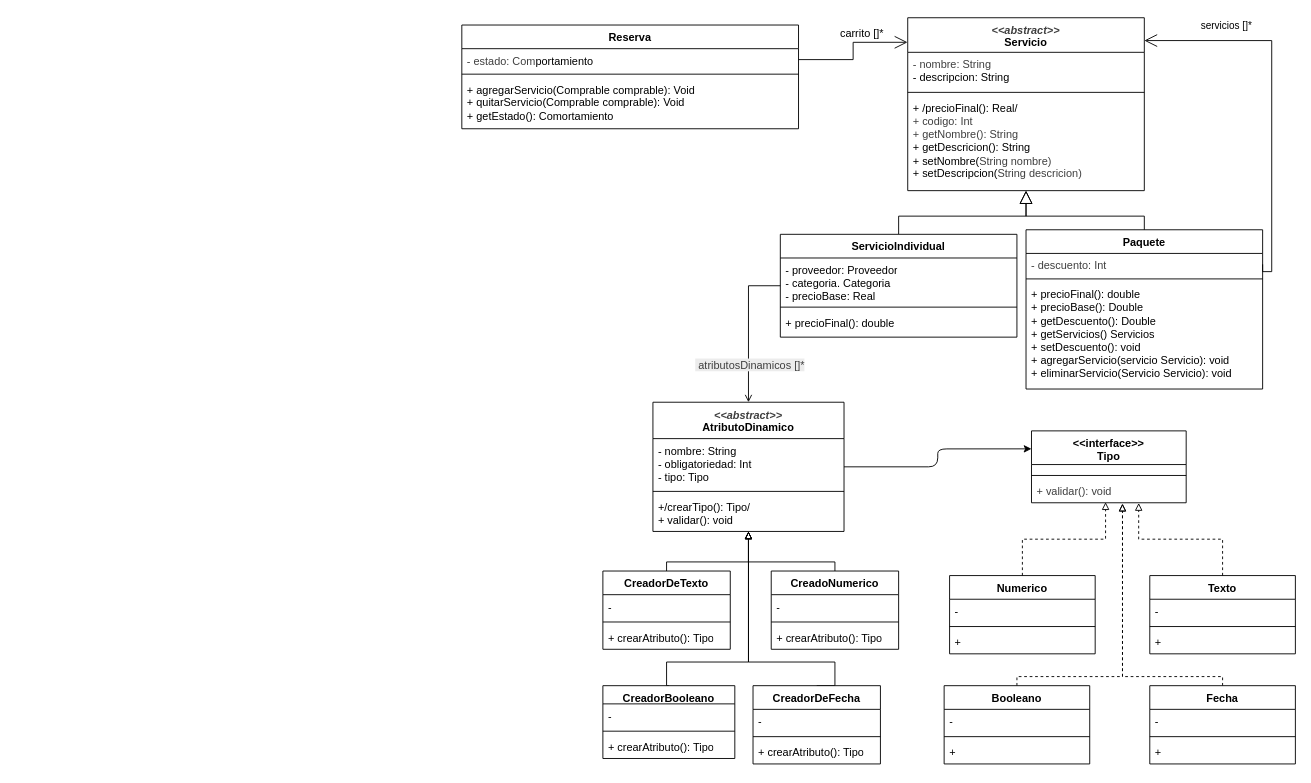
This is 2.1CatálogoDeServicioPaquetes.drawio from Naxayy/UNQ_Travel, a draw.io file, before an edit. Source tidied: cells renumbered, new cells numbered last; positions are measured from the earlier drawing's top-left corner, leaving out a move shared by most shapes. Both pictures are drawn from the tidied source at 91%, with x=0, y=0 at pixel (461, 15).
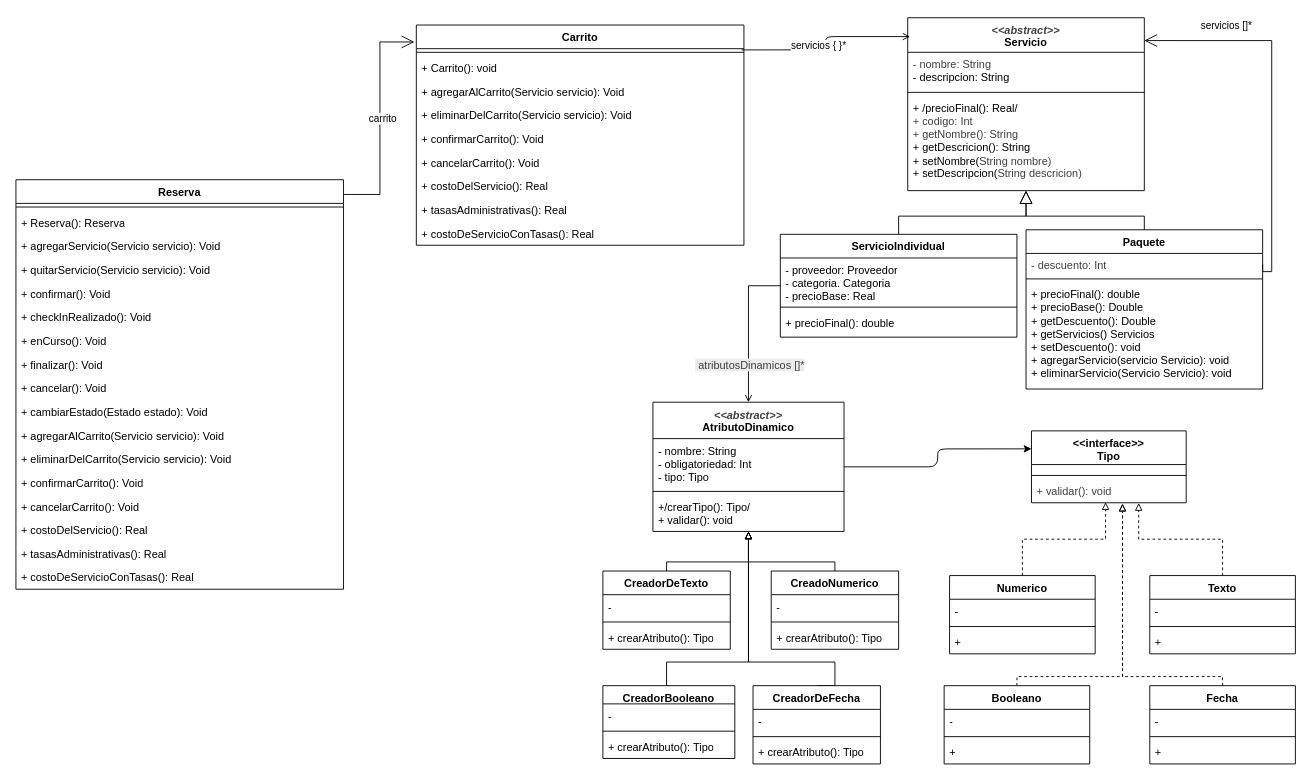
Above is the later version.

Unchanged cells that the change refers to:
```xml
<mxCell id="7" value="&lt;i style=&quot;color: rgb(63, 63, 63); scrollbar-color: rgba(168, 169, 170, 0.52) rgb(18, 19, 20);&quot;&gt;&amp;lt;&amp;lt;&lt;span style=&quot;color: rgb(63, 63, 63); scrollbar-color: rgba(168, 169, 170, 0.52) rgb(18, 19, 20);&quot;&gt;abstract&lt;/span&gt;&amp;gt;&amp;gt;&lt;br style=&quot;color: rgb(63, 63, 63); scrollbar-color: rgba(168, 169, 170, 0.52) rgb(18, 19, 20);&quot;&gt;&lt;/i&gt;Servicio" style="swimlane;fontStyle=1;align=center;verticalAlign=top;horizontal=1;startSize=38;whiteSpace=wrap;html=1;" parent="1" vertex="1">
  <mxGeometry x="490" y="2" width="260" height="190" as="geometry" />
</mxCell>
```

What changed in the source:
```diff
@@
-    <mxCell id="2" value="Reserva" style="swimlane;fontStyle=1;align=center;verticalAlign=top;horizontal=1;startSize=26;whiteSpace=wrap;html=1;" parent="1" vertex="1">
-      <mxGeometry y="10" width="370" height="114" as="geometry" />
-    </mxCell>
-    <mxCell id="3" value="&lt;div style=&quot;&quot;&gt;&lt;span style=&quot;color: rgb(63, 63, 63); background-color: transparent;&quot;&gt;- estado: Com&lt;/span&gt;&lt;span style=&quot;background-color: transparent; text-align: center;&quot;&gt;portamiento&lt;/span&gt;&lt;/div&gt;" style="text;strokeColor=none;fillColor=none;align=left;verticalAlign=top;spacingLeft=4;spacingRight=4;overflow=hidden;points=[[0,0.5],[1,0.5]];portConstraint=eastwest;whiteSpace=wrap;html=1;" parent="2" vertex="1">
-      <mxGeometry y="26" width="370" height="24" as="geometry" />
-    </mxCell>
-    <mxCell id="4" style="line;strokeWidth=1;fillColor=none;align=left;verticalAlign=middle;spacingTop=-1;spacingLeft=3;spacingRight=3;labelPosition=right;strokeColor=inherit;" parent="2" vertex="1">
-      <mxGeometry y="50" width="370" height="8" as="geometry" />
-    </mxCell>
-    <mxCell id="5" value="&lt;div&gt;+&amp;nbsp;&lt;span style=&quot;background-color: transparent; color: light-dark(#000000, var(--ge-light-color, #ffffff));&quot;&gt;agregarServicio(Comprable comprable): Void&lt;/span&gt;&lt;/div&gt;&lt;div&gt;+ quitarServicio(Comprable comprable): Void&lt;/div&gt;&lt;div&gt;+ getEstado(): Comortamiento&lt;/div&gt;" style="text;strokeColor=none;fillColor=none;align=left;verticalAlign=top;spacingLeft=4;spacingRight=4;overflow=hidden;whiteSpace=wrap;html=1;" parent="2" vertex="1">
-      <mxGeometry y="58" width="370" height="56" as="geometry" />
-    </mxCell>
-    <mxCell id="6" value="carrito []*" style="text;html=1;whiteSpace=wrap;strokeColor=none;fillColor=none;align=center;verticalAlign=middle;rounded=0;" parent="1" vertex="1">
-      <mxGeometry x="370" width="140" height="40" as="geometry" />
-    </mxCell>
@@
-    <mxCell id="19" style="endArrow=open;endFill=1;endSize=12;html=1;rounded=0;exitX=1;exitY=0.5;exitDx=0;exitDy=0;edgeStyle=orthogonalEdgeStyle;entryX=-0.001;entryY=0.142;entryDx=0;entryDy=0;entryPerimeter=0;" parent="1" edge="1" source="3" target="7">
-      <mxGeometry x="-0.36" relative="1" as="geometry" />
+    <mxCell id="19" style="endArrow=open;endFill=1;endSize=12;html=1;rounded=0;exitX=1;exitY=0.036;exitDx=0;exitDy=0;edgeStyle=orthogonalEdgeStyle;entryX=-0.006;entryY=0.077;entryDx=0;entryDy=0;entryPerimeter=0;exitPerimeter=0;" parent="1" edge="1" source="2" target="77">
+      <mxGeometry x="-0.35" relative="1" as="geometry" />
     </mxCell>
+    <mxCell id="76" value="carrito" style="edgeLabel;html=1;align=center;verticalAlign=middle;inheritText=1;" parent="19" vertex="1">
+      <mxGeometry x="0.01" y="-2" relative="1" as="geometry" />
+    </mxCell>
@@
+    <mxCell id="77" value="Carrito" style="swimlane;fontStyle=1;align=center;verticalAlign=top;horizontal=1;startSize=26;whiteSpace=wrap;html=1;strokeColor=default;swimlaneFillColor=default;fontFamily=Helvetica;fontSize=12;fontColor=default;fillColor=default;gradientColor=none;" parent="1" vertex="1">
+      <mxGeometry x="-50" y="10" width="360" height="242" as="geometry" />
+    </mxCell>
+    <mxCell id="78" style="line;strokeWidth=1;fillColor=none;align=left;verticalAlign=middle;spacingTop=-1;spacingLeft=3;spacingRight=3;labelPosition=right;points=[];portConstraint=eastwest;strokeColor=inherit;" parent="77" vertex="1">
+      <mxGeometry y="26" width="360" height="8" as="geometry" />
+    </mxCell>
+    <mxCell id="79" value="+ Carrito(): void" style="text;strokeColor=none;fillColor=none;align=left;verticalAlign=top;spacingLeft=4;spacingRight=4;overflow=hidden;whiteSpace=wrap;html=1;" parent="77" vertex="1">
+      <mxGeometry y="34" width="360" height="26" as="geometry" />
+    </mxCell>
+    <mxCell id="80" value="&lt;span style=&quot;color: rgb(0, 0, 0);&quot;&gt;+ agregarAlCarrito(&lt;span style=&quot;color: rgb(0, 0, 0);&quot;&gt;Servicio servicio&lt;/span&gt;): Void&lt;/span&gt;" style="text;strokeColor=none;fillColor=none;align=left;verticalAlign=top;spacingLeft=4;spacingRight=4;overflow=hidden;whiteSpace=wrap;html=1;" parent="77" vertex="1">
+      <mxGeometry y="60" width="360" height="26" as="geometry" />
+    </mxCell>
+    <mxCell id="81" value="&lt;span style=&quot;color: rgb(0, 0, 0);&quot;&gt;+ eliminarDelCarrito(Servicio servicio): Void&lt;/span&gt;" style="text;strokeColor=none;fillColor=none;align=left;verticalAlign=top;spacingLeft=4;spacingRight=4;overflow=hidden;whiteSpace=wrap;html=1;" parent="77" vertex="1">
+      <mxGeometry y="86" width="360" height="26" as="geometry" />
+    </mxCell>
+    <mxCell id="82" value="&lt;span style=&quot;color: rgb(0, 0, 0);&quot;&gt;+ confirmarCarrito(): Void&lt;/span&gt;" style="text;strokeColor=none;fillColor=none;align=left;verticalAlign=top;spacingLeft=4;spacingRight=4;overflow=hidden;whiteSpace=wrap;html=1;" parent="77" vertex="1">
+      <mxGeometry y="112" width="360" height="26" as="geometry" />
+    </mxCell>
+    <mxCell id="83" value="&lt;span style=&quot;color: rgb(0, 0, 0);&quot;&gt;+ cancelarCarrito(): Void&lt;/span&gt;" style="text;strokeColor=none;fillColor=none;align=left;verticalAlign=top;spacingLeft=4;spacingRight=4;overflow=hidden;whiteSpace=wrap;html=1;" parent="77" vertex="1">
+      <mxGeometry y="138" width="360" height="26" as="geometry" />
+    </mxCell>
+    <mxCell id="84" value="&lt;span style=&quot;color: rgb(0, 0, 0);&quot;&gt;+ costoDelServicio(): Real&lt;/span&gt;" style="text;strokeColor=none;fillColor=none;align=left;verticalAlign=top;spacingLeft=4;spacingRight=4;overflow=hidden;whiteSpace=wrap;html=1;" parent="77" vertex="1">
+      <mxGeometry y="164" width="360" height="26" as="geometry" />
+    </mxCell>
+    <mxCell id="85" value="&lt;span style=&quot;color: rgb(0, 0, 0);&quot;&gt;+ tasasAdministrativas(): Real&lt;/span&gt;" style="text;strokeColor=none;fillColor=none;align=left;verticalAlign=top;spacingLeft=4;spacingRight=4;overflow=hidden;whiteSpace=wrap;html=1;" parent="77" vertex="1">
+      <mxGeometry y="190" width="360" height="26" as="geometry" />
+    </mxCell>
+    <mxCell id="86" value="&lt;span style=&quot;color: rgb(0, 0, 0);&quot;&gt;+ costoDeServicioConTasas(): Real&lt;/span&gt;" style="text;strokeColor=none;fillColor=none;align=left;verticalAlign=top;spacingLeft=4;spacingRight=4;overflow=hidden;whiteSpace=wrap;html=1;" parent="77" vertex="1">
+      <mxGeometry y="216" width="360" height="26" as="geometry" />
+    </mxCell>
+    <mxCell id="87" style="edgeStyle=orthogonalEdgeStyle;html=1;entryX=0.01;entryY=0.109;entryDx=0;entryDy=0;entryPerimeter=0;endArrow=open;endFill=0;exitX=0.993;exitY=0.167;exitDx=0;exitDy=0;exitPerimeter=0;" parent="1" edge="1" source="78" target="7">
+      <mxGeometry x="0.08" relative="1" as="geometry" />
+    </mxCell>
+    <mxCell id="88" value="servicios { }*" style="edgeLabel;html=1;align=center;verticalAlign=middle;inheritText=1;" parent="87" vertex="1">
+      <mxGeometry x="-0.16" y="5" relative="1" as="geometry" />
+    </mxCell>
+    <mxCell id="2" value="Reserva" style="swimlane;fontStyle=1;align=center;verticalAlign=top;horizontal=1;startSize=26;whiteSpace=wrap;html=1;strokeColor=default;swimlaneFillColor=default;fontFamily=Helvetica;fontSize=12;fontColor=default;fillColor=default;gradientColor=none;" parent="1" vertex="1">
+      <mxGeometry x="-490" y="180" width="360" height="450" as="geometry" />
+    </mxCell>
+    <mxCell id="89" style="line;strokeWidth=1;fillColor=none;align=left;verticalAlign=middle;spacingTop=-1;spacingLeft=3;spacingRight=3;labelPosition=right;strokeColor=inherit;" parent="2" vertex="1">
+      <mxGeometry y="26" width="360" height="8" as="geometry" />
+    </mxCell>
+    <mxCell id="90" value="+ Reserva(): Reserva" style="text;strokeColor=none;fillColor=none;align=left;verticalAlign=top;spacingLeft=4;spacingRight=4;overflow=hidden;whiteSpace=wrap;html=1;" parent="2" vertex="1">
+      <mxGeometry y="34" width="360" height="26" as="geometry" />
+    </mxCell>
+    <mxCell id="91" value="+ &lt;span style=&quot;background-color: transparent;&quot;&gt;agregarServicio(&lt;/span&gt;&lt;span style=&quot;background-color: transparent;&quot;&gt;Servicio&amp;nbsp;&lt;/span&gt;&lt;span style=&quot;color: rgb(0, 0, 0);&quot;&gt;s&lt;/span&gt;&lt;span style=&quot;scrollbar-color: rgba(168, 169, 170, 0.52) rgb(18, 19, 20); color: rgb(0, 0, 0);&quot;&gt;ervicio&lt;/span&gt;&lt;span style=&quot;background-color: transparent;&quot;&gt;): Void&lt;/span&gt;" style="text;strokeColor=none;fillColor=none;align=left;verticalAlign=top;spacingLeft=4;spacingRight=4;overflow=hidden;whiteSpace=wrap;html=1;" parent="2" vertex="1">
+      <mxGeometry y="60" width="360" height="26" as="geometry" />
+    </mxCell>
+    <mxCell id="92" value="+ quitarServicio(Servicio s&lt;span style=&quot;color: rgb(0, 0, 0);&quot;&gt;ervicio&lt;/span&gt;): Void" style="text;strokeColor=none;fillColor=none;align=left;verticalAlign=top;spacingLeft=4;spacingRight=4;overflow=hidden;whiteSpace=wrap;html=1;" parent="2" vertex="1">
+      <mxGeometry y="86" width="360" height="26" as="geometry" />
+    </mxCell>
+    <mxCell id="93" value="+ confirmar(): Void" style="text;strokeColor=none;fillColor=none;align=left;verticalAlign=top;spacingLeft=4;spacingRight=4;overflow=hidden;whiteSpace=wrap;html=1;" parent="2" vertex="1">
+      <mxGeometry y="112" width="360" height="26" as="geometry" />
+    </mxCell>
+    <mxCell id="94" value="+ checkInRealizado(): Void" style="text;strokeColor=none;fillColor=none;align=left;verticalAlign=top;spacingLeft=4;spacingRight=4;overflow=hidden;whiteSpace=wrap;html=1;" parent="2" vertex="1">
+      <mxGeometry y="138" width="360" height="26" as="geometry" />
+    </mxCell>
+    <mxCell id="95" value="+ enCurso(): Void" style="text;strokeColor=none;fillColor=none;align=left;verticalAlign=top;spacingLeft=4;spacingRight=4;overflow=hidden;whiteSpace=wrap;html=1;" parent="2" vertex="1">
+      <mxGeometry y="164" width="360" height="26" as="geometry" />
+    </mxCell>
+    <mxCell id="96" value="+ finalizar(): Void" style="text;strokeColor=none;fillColor=none;align=left;verticalAlign=top;spacingLeft=4;spacingRight=4;overflow=hidden;whiteSpace=wrap;html=1;" parent="2" vertex="1">
+      <mxGeometry y="190" width="360" height="26" as="geometry" />
+    </mxCell>
+    <mxCell id="97" value="&lt;span style=&quot;color: rgb(0, 0, 0);&quot;&gt;+ cancelar(): Void&lt;/span&gt;" style="text;strokeColor=none;fillColor=none;align=left;verticalAlign=top;spacingLeft=4;spacingRight=4;overflow=hidden;whiteSpace=wrap;html=1;" parent="2" vertex="1">
+      <mxGeometry y="216" width="360" height="26" as="geometry" />
+    </mxCell>
+    <mxCell id="98" value="&lt;span style=&quot;color: rgb(0, 0, 0);&quot;&gt;+ cambiarEstado(Estado estado): Void&lt;/span&gt;" style="text;strokeColor=none;fillColor=none;align=left;verticalAlign=top;spacingLeft=4;spacingRight=4;overflow=hidden;whiteSpace=wrap;html=1;" parent="2" vertex="1">
+      <mxGeometry y="242" width="360" height="26" as="geometry" />
+    </mxCell>
+    <mxCell id="99" value="&lt;span style=&quot;color: rgb(0, 0, 0);&quot;&gt;+ agregarAlCarrito(&lt;span style=&quot;color: rgb(0, 0, 0);&quot;&gt;Servicio servicio&lt;/span&gt;): Void&lt;/span&gt;" style="text;strokeColor=none;fillColor=none;align=left;verticalAlign=top;spacingLeft=4;spacingRight=4;overflow=hidden;whiteSpace=wrap;html=1;" parent="2" vertex="1">
+      <mxGeometry y="268" width="360" height="26" as="geometry" />
+    </mxCell>
+    <mxCell id="100" value="&lt;span style=&quot;color: rgb(0, 0, 0);&quot;&gt;+ eliminarDelCarrito(Servicio servicio): Void&lt;/span&gt;" style="text;strokeColor=none;fillColor=none;align=left;verticalAlign=top;spacingLeft=4;spacingRight=4;overflow=hidden;whiteSpace=wrap;html=1;" parent="2" vertex="1">
+      <mxGeometry y="294" width="360" height="26" as="geometry" />
+    </mxCell>
+    <mxCell id="101" value="&lt;span style=&quot;color: rgb(0, 0, 0);&quot;&gt;+ confirmarCarrito(): Void&lt;/span&gt;" style="text;strokeColor=none;fillColor=none;align=left;verticalAlign=top;spacingLeft=4;spacingRight=4;overflow=hidden;whiteSpace=wrap;html=1;" parent="2" vertex="1">
+      <mxGeometry y="320" width="360" height="26" as="geometry" />
+    </mxCell>
+    <mxCell id="102" value="&lt;span style=&quot;color: rgb(0, 0, 0);&quot;&gt;+ cancelarCarrito(): Void&lt;/span&gt;" style="text;strokeColor=none;fillColor=none;align=left;verticalAlign=top;spacingLeft=4;spacingRight=4;overflow=hidden;whiteSpace=wrap;html=1;" parent="2" vertex="1">
+      <mxGeometry y="346" width="360" height="26" as="geometry" />
+    </mxCell>
+    <mxCell id="103" value="&lt;span style=&quot;color: rgb(0, 0, 0);&quot;&gt;+ costoDelServicio(): Real&lt;/span&gt;" style="text;strokeColor=none;fillColor=none;align=left;verticalAlign=top;spacingLeft=4;spacingRight=4;overflow=hidden;whiteSpace=wrap;html=1;" parent="2" vertex="1">
+      <mxGeometry y="372" width="360" height="26" as="geometry" />
+    </mxCell>
+    <mxCell id="104" value="&lt;span style=&quot;color: rgb(0, 0, 0);&quot;&gt;+ tasasAdministrativas(): Real&lt;/span&gt;" style="text;strokeColor=none;fillColor=none;align=left;verticalAlign=top;spacingLeft=4;spacingRight=4;overflow=hidden;whiteSpace=wrap;html=1;" parent="2" vertex="1">
+      <mxGeometry y="398" width="360" height="26" as="geometry" />
+    </mxCell>
+    <mxCell id="105" value="&lt;span style=&quot;color: rgb(0, 0, 0);&quot;&gt;+ costoDeServicioConTasas(): Real&lt;/span&gt;" style="text;strokeColor=none;fillColor=none;align=left;verticalAlign=top;spacingLeft=4;spacingRight=4;overflow=hidden;whiteSpace=wrap;html=1;" parent="2" vertex="1">
+      <mxGeometry y="424" width="360" height="26" as="geometry" />
+    </mxCell>
```
